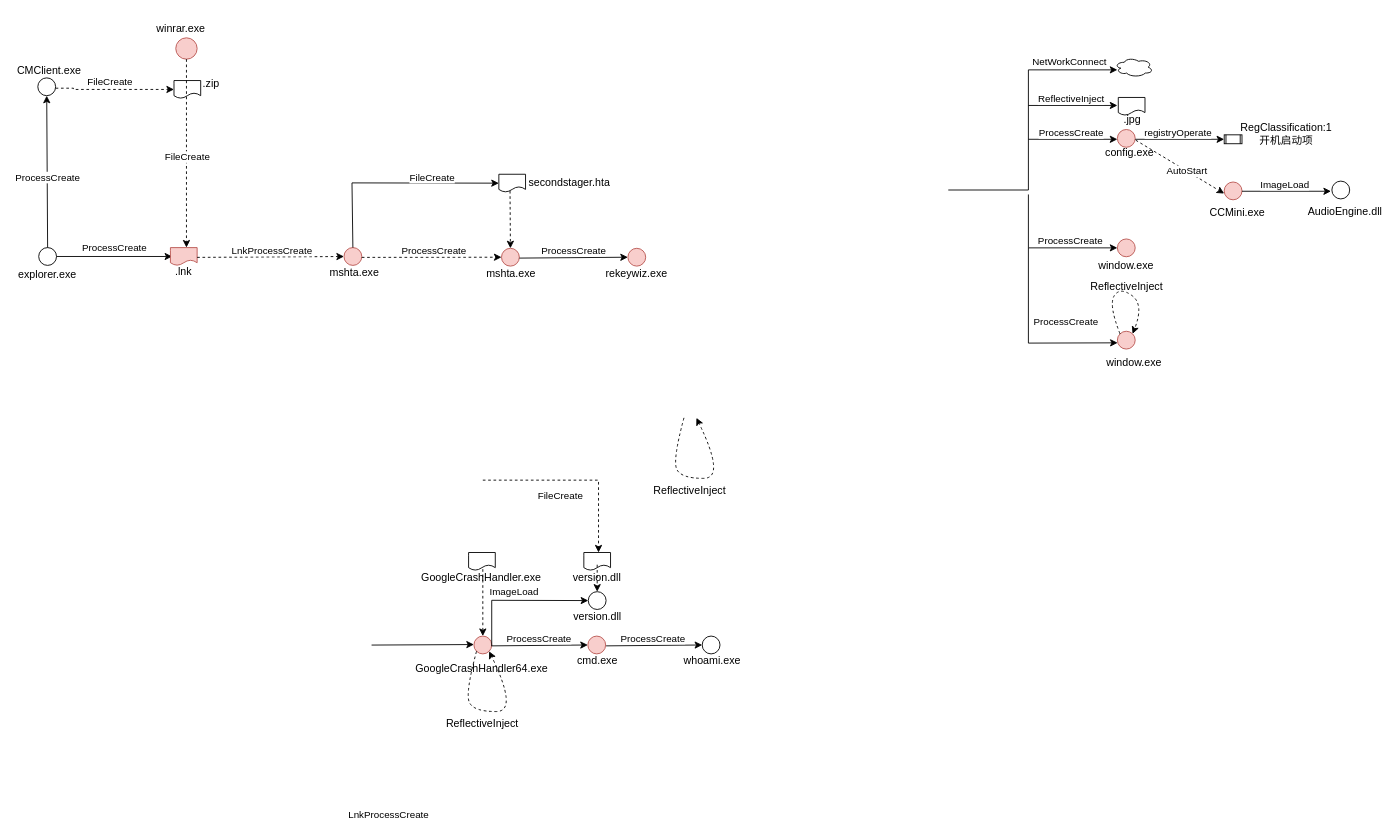
The draw.io diagram apt-sidewinder.drawio in ernongxizhu/picture, before the edit. Source tidied: cells renumbered, new cells numbered last; positions are measured from the earlier drawing's top-left corner, leaving out a move shared by most shapes. Both pictures are drawn from the tidied source at 89%, with x=0, y=0 at pixel (20, 15).
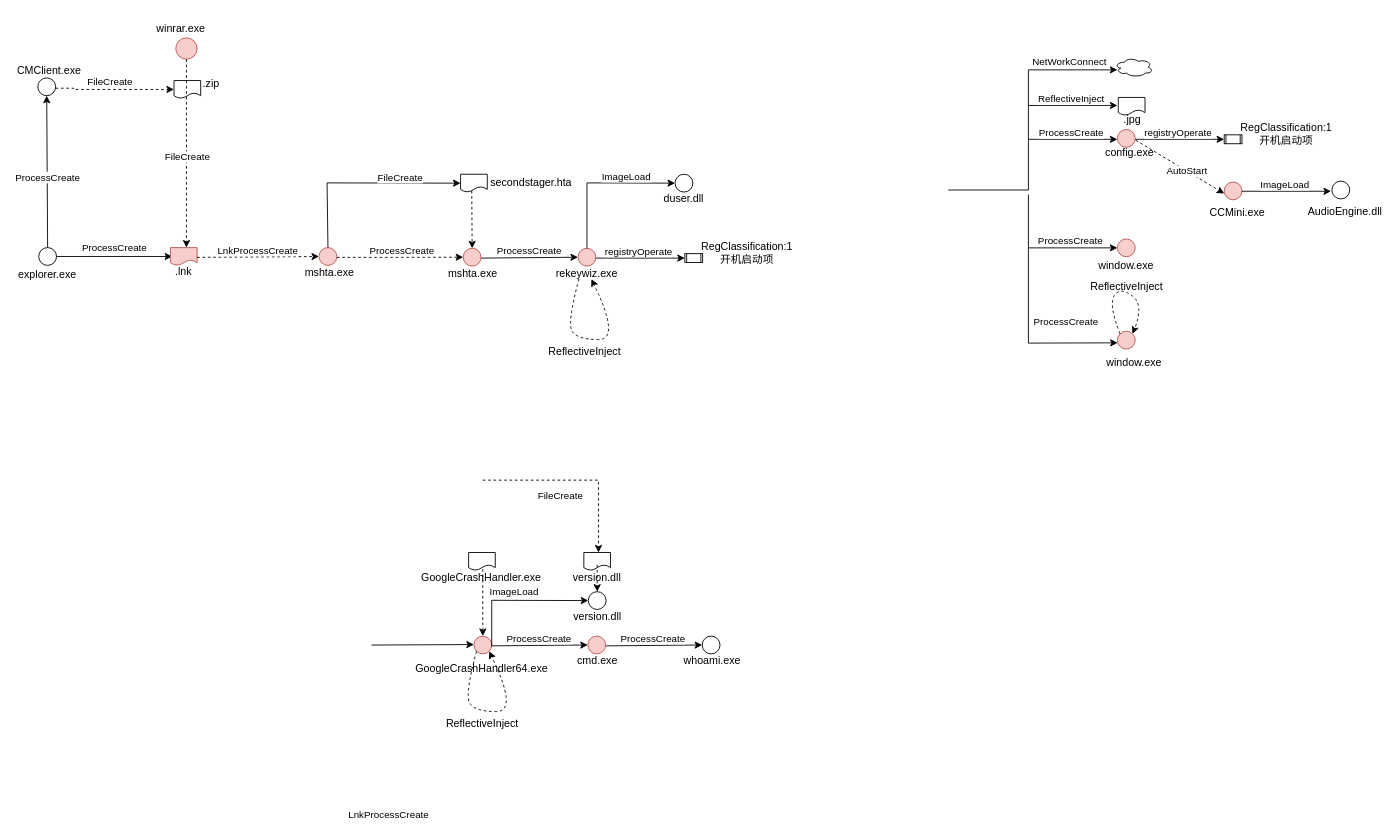
The same page after the edit.

The edit, as a diff of the source:
```diff
@@
     <mxCell id="81" style="ellipse;whiteSpace=wrap;html=1;fillColor=#f8cecc;strokeColor=#b85450;" parent="1" vertex="1">
-      <mxGeometry x="363" y="260.7" width="20" height="20" as="geometry" />
+      <mxGeometry x="335" y="260.7" width="20" height="20" as="geometry" />
     </mxCell>
     <mxCell id="82" value="mshta.exe" style="text;strokeColor=none;align=center;fillColor=none;html=1;verticalAlign=middle;whiteSpace=wrap;rounded=0;" parent="1" vertex="1">
-      <mxGeometry x="345" y="273.7" width="60" height="30" as="geometry" />
+      <mxGeometry x="317" y="273.7" width="60" height="30" as="geometry" />
     </mxCell>
     <mxCell id="83" style="endArrow=classic;html=1;rounded=0;entryX=0;entryY=0.5;entryDx=0;entryDy=0;dashed=1;" parent="1" edge="1" target="85">
       <mxGeometry relative="1" as="geometry">
-        <mxPoint x="383" y="271.7" as="sourcePoint" />
+        <mxPoint x="355" y="271.7" as="sourcePoint" />
       </mxGeometry>
     </mxCell>
@@
     <mxCell id="85" style="ellipse;whiteSpace=wrap;html=1;fillColor=#f8cecc;strokeColor=#b85450;" parent="1" vertex="1">
-      <mxGeometry x="540" y="261.5" width="20" height="20" as="geometry" />
+      <mxGeometry x="497" y="261.5" width="20" height="20" as="geometry" />
     </mxCell>
     <mxCell id="86" value="mshta.exe" style="text;strokeColor=none;align=center;fillColor=none;html=1;verticalAlign=middle;whiteSpace=wrap;rounded=0;" parent="1" vertex="1">
-      <mxGeometry x="521" y="274.5" width="60" height="30" as="geometry" />
+      <mxGeometry x="478" y="274.5" width="60" height="30" as="geometry" />
     </mxCell>
     <mxCell id="87" style="endArrow=classic;html=1;rounded=0;entryX=0;entryY=0.5;entryDx=0;entryDy=0;" parent="1" edge="1" target="89">
       <mxGeometry relative="1" as="geometry">
-        <mxPoint x="560" y="272.5" as="sourcePoint" />
+        <mxPoint x="517" y="272.5" as="sourcePoint" />
       </mxGeometry>
     </mxCell>
@@
     <mxCell id="89" style="ellipse;whiteSpace=wrap;html=1;fillColor=#f8cecc;strokeColor=#b85450;" parent="1" vertex="1">
-      <mxGeometry x="682" y="261.5" width="20" height="20" as="geometry" />
+      <mxGeometry x="626" y="261.5" width="20" height="20" as="geometry" />
     </mxCell>
     <mxCell id="90" value="rekeywiz.exe" style="text;strokeColor=none;align=center;fillColor=none;html=1;verticalAlign=middle;whiteSpace=wrap;rounded=0;" parent="1" vertex="1">
-      <mxGeometry x="662" y="274.5" width="60" height="30" as="geometry" />
+      <mxGeometry x="606" y="274.5" width="60" height="30" as="geometry" />
     </mxCell>
     <mxCell id="91" style="endArrow=classic;html=1;rounded=0;entryX=0;entryY=0.5;entryDx=0;entryDy=0;exitX=0.5;exitY=0;exitDx=0;exitDy=0;entryPerimeter=0;" parent="1" edge="1" source="81" target="95">
       <mxGeometry relative="1" as="geometry">
         <Array as="points">
-          <mxPoint x="372" y="188" />
+          <mxPoint x="344" y="188" />
         </Array>
       </mxGeometry>
     </mxCell>
@@
     <mxCell id="93" style="curved=1;endArrow=classic;html=1;rounded=0;exitX=0;exitY=1;exitDx=0;exitDy=0;entryX=1;entryY=1;entryDx=0;entryDy=0;dashed=1;" parent="1" edge="1">
       <mxGeometry relative="1" as="geometry">
-        <mxPoint x="745" y="452" as="sourcePoint" />
-        <mxPoint x="759" y="452" as="targetPoint" />
+        <mxPoint x="627" y="296" as="sourcePoint" />
+        <mxPoint x="641" y="296" as="targetPoint" />
         <Array as="points">
-          <mxPoint x="732" y="500" />
-          <mxPoint x="742" y="520" />
-          <mxPoint x="792" y="520" />
+          <mxPoint x="614" y="344" />
+          <mxPoint x="624" y="364" />
+          <mxPoint x="674" y="364" />
         </Array>
       </mxGeometry>
     </mxCell>
     <mxCell id="94" value="ReflectiveInject" style="text;whiteSpace=wrap;" parent="1" vertex="1">
-      <mxGeometry x="709" y="520" width="90" height="20" as="geometry" />
+      <mxGeometry x="591" y="364" width="90" height="20" as="geometry" />
     </mxCell>
     <mxCell id="95" style="shape=document;whiteSpace=wrap;html=1;boundedLbl=1;" parent="1" vertex="1">
-      <mxGeometry x="537" y="178.3" width="30" height="20" as="geometry" />
+      <mxGeometry x="494" y="178.3" width="30" height="20" as="geometry" />
     </mxCell>
     <mxCell id="96" value="secondstager.hta" style="text;strokeColor=none;align=center;fillColor=none;html=1;verticalAlign=middle;whiteSpace=wrap;rounded=0;" parent="1" vertex="1">
-      <mxGeometry x="584" y="175.3" width="65" height="26" as="geometry" />
+      <mxGeometry x="541" y="175.3" width="65" height="26" as="geometry" />
     </mxCell>
@@
+    <mxCell id="98" style="endArrow=classic;html=1;rounded=0;entryX=0;entryY=0.5;entryDx=0;entryDy=0;exitX=0.5;exitY=0;exitDx=0;exitDy=0;" parent="1" edge="1" source="89" target="100">
+      <mxGeometry relative="1" as="geometry">
+        <Array as="points">
+          <mxPoint x="636" y="188" />
+        </Array>
+      </mxGeometry>
+    </mxCell>
+    <mxCell id="99" value="ImageLoad" style="edgeLabel;html=1;align=center;verticalAlign=middle;" parent="98" vertex="1">
+      <mxGeometry x="0.15" y="-2" relative="1" as="geometry">
+        <mxPoint x="18" y="-10" as="offset" />
+      </mxGeometry>
+    </mxCell>
+    <mxCell id="100" style="ellipse;whiteSpace=wrap;html=1;" parent="1" vertex="1">
+      <mxGeometry x="735" y="178.3" width="20" height="20" as="geometry" />
+    </mxCell>
+    <mxCell id="101" value="duser.dll" style="text;strokeColor=none;align=center;fillColor=none;html=1;verticalAlign=middle;whiteSpace=wrap;rounded=0;" parent="1" vertex="1">
+      <mxGeometry x="715" y="191.3" width="60" height="30" as="geometry" />
+    </mxCell>
+    <mxCell id="102" style="endArrow=classic;html=1;rounded=0;" parent="1" edge="1">
+      <mxGeometry relative="1" as="geometry">
+        <mxPoint x="646" y="272.5" as="sourcePoint" />
+        <mxPoint x="746" y="272.5" as="targetPoint" />
+      </mxGeometry>
+    </mxCell>
+    <mxCell id="103" value="registryOperate" style="edgeLabel;html=1;align=center;verticalAlign=middle;" parent="102" vertex="1">
+      <mxGeometry x="0.15" y="-2" relative="1" as="geometry">
+        <mxPoint x="-10" y="-10" as="offset" />
+      </mxGeometry>
+    </mxCell>
+    <mxCell id="104" value="RegClassification:1&lt;br&gt;开机启动项" style="text;strokeColor=none;align=center;fillColor=none;html=1;verticalAlign=middle;whiteSpace=wrap;rounded=0;" parent="1" vertex="1">
+      <mxGeometry x="778" y="251.5" width="76" height="30" as="geometry" />
+    </mxCell>
+    <mxCell id="105" style="shape=process;whiteSpace=wrap;html=1;backgroundOutline=1;" parent="1" vertex="1">
+      <mxGeometry x="746" y="267.5" width="20" height="10" as="geometry" />
+    </mxCell>
```
